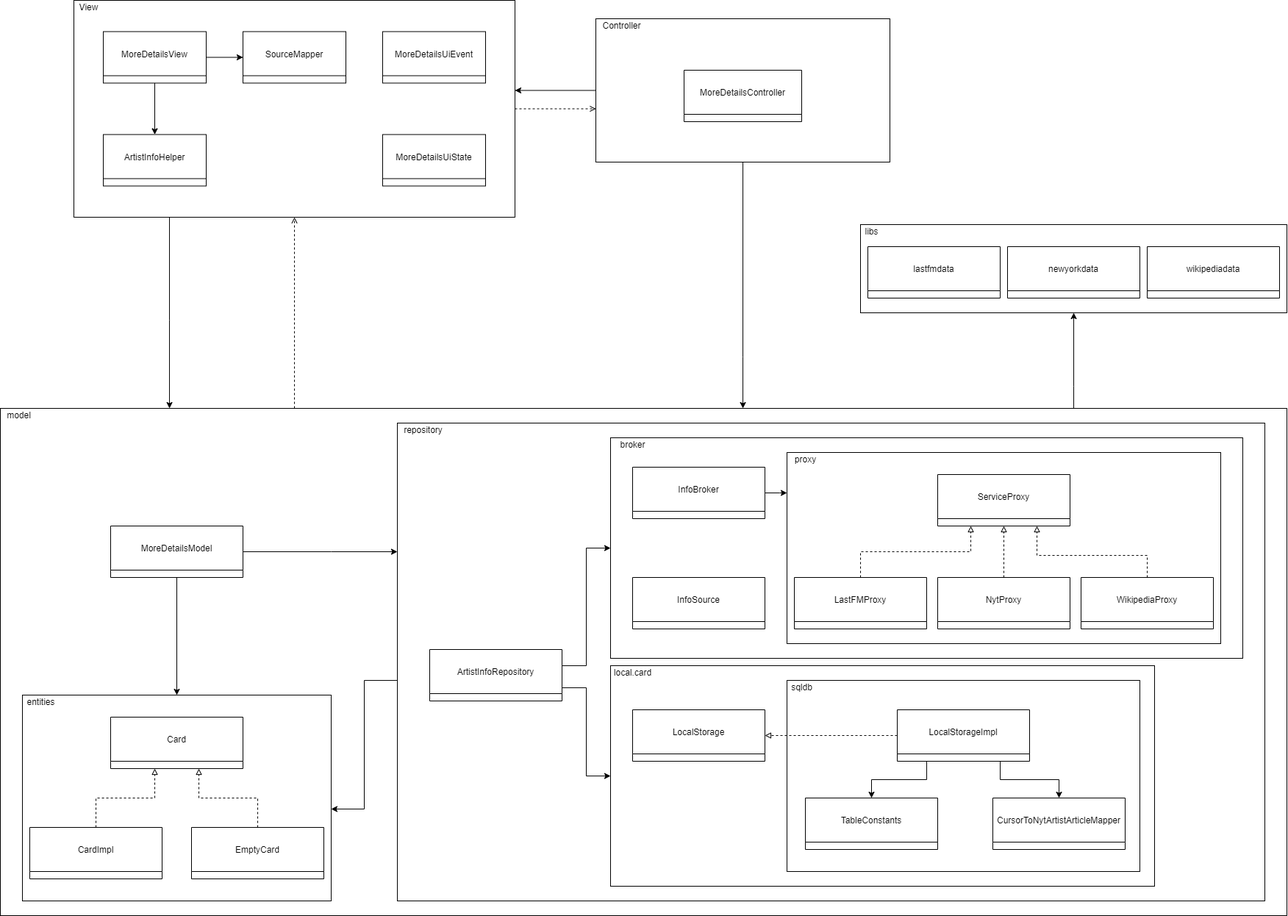
FerminAlvarez/Libreria-NY3-AyDS22 keeps this draw.io diagram as docs/moreDetails_classes_diagram.png. Above is the earlier version. Source tidied: cells renumbered, new cells last; positions are measured from the earlier drawing's top-left corner, leaving out a move shared by most shapes.
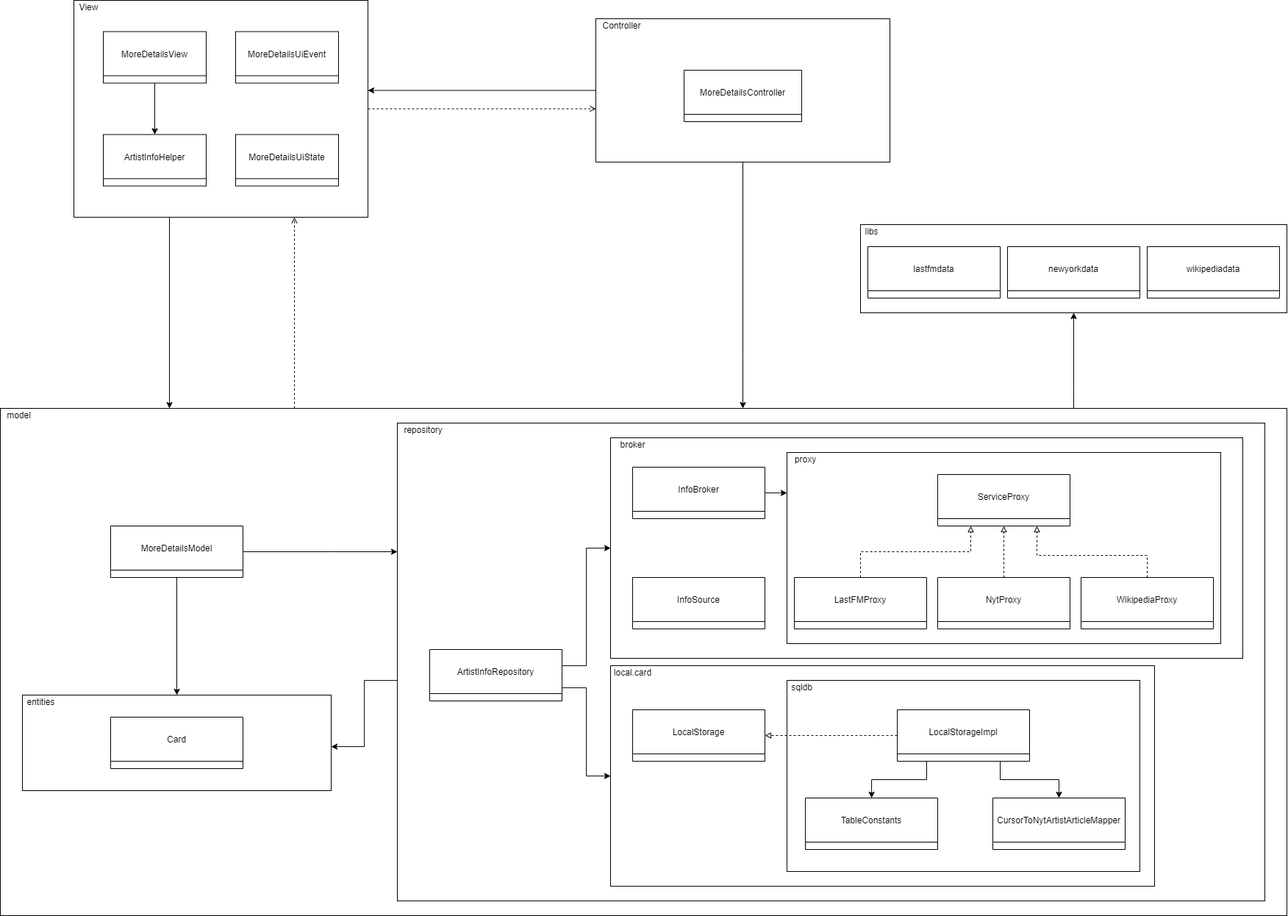
The same file after the commit.

Diff of the diagram source:
```diff
@@ -57,20 +57,17 @@
       </mxGeometry>
     </mxCell>
     <mxCell id="10" style="rounded=0;whiteSpace=wrap;html=1;" parent="1" vertex="1">
-      <mxGeometry x="100" width="600" height="295" as="geometry" />
+      <mxGeometry x="100" width="400" height="295" as="geometry" />
     </mxCell>
     <mxCell id="11" value="MoreDetailsUiEvent" style="swimlane;fontStyle=0;horizontal=1;startSize=60;" parent="1" vertex="1">
-      <mxGeometry x="520" y="42.5" width="140" height="70" as="geometry" />
+      <mxGeometry x="320" y="42.5" width="140" height="70" as="geometry" />
     </mxCell>
     <mxCell id="12" value="MoreDetailsUiState" style="swimlane;fontStyle=0;horizontal=1;startSize=60;" parent="1" vertex="1">
-      <mxGeometry x="520" y="182.5" width="140" height="70" as="geometry" />
+      <mxGeometry x="320" y="182.5" width="140" height="70" as="geometry" />
     </mxCell>
     <mxCell id="13" style="edgeStyle=orthogonalEdgeStyle;rounded=0;jettySize=auto;html=1;endArrow=classic;endFill=1;" parent="1" edge="1" source="15" target="16">
       <mxGeometry relative="1" as="geometry" />
     </mxCell>
-    <mxCell id="14" style="edgeStyle=orthogonalEdgeStyle;rounded=0;jettySize=auto;html=1;endArrow=classic;endFill=1;" parent="1" edge="1" source="15" target="61">
-      <mxGeometry relative="1" as="geometry" />
-    </mxCell>
     <mxCell id="15" value="MoreDetailsView" style="swimlane;fontStyle=0;horizontal=1;startSize=60;" parent="1" vertex="1">
       <mxGeometry x="140" y="42.5" width="140" height="70" as="geometry" />
     </mxCell>
@@ -93,7 +90,7 @@
       <mxGeometry relative="1" as="geometry">
         <Array as="points">
           <mxPoint x="495" y="925" />
-          <mxPoint x="495" y="1100" />
+          <mxPoint x="495" y="1015" />
         </Array>
       </mxGeometry>
     </mxCell>
@@ -137,7 +134,7 @@
       <mxGeometry x="584" y="883" width="180" height="70" as="geometry" />
     </mxCell>
     <mxCell id="30" style="rounded=0;whiteSpace=wrap;html=1;" parent="1" vertex="1">
-      <mxGeometry x="30" y="945" width="420" height="280" as="geometry" />
+      <mxGeometry x="30" y="945" width="420" height="130" as="geometry" />
     </mxCell>
     <mxCell id="31" value="entities" style="text;html=1;align=center;verticalAlign=middle;strokeColor=none;fillColor=none;" parent="1" vertex="1">
       <mxGeometry x="30" y="945" width="50" height="20" as="geometry" />
@@ -145,28 +142,6 @@
     <mxCell id="32" value="Card" style="swimlane;fontStyle=0;horizontal=1;startSize=60;" parent="1" vertex="1">
       <mxGeometry x="150" y="975" width="180" height="70" as="geometry" />
     </mxCell>
-    <mxCell id="33" style="edgeStyle=orthogonalEdgeStyle;rounded=0;jettySize=auto;html=1;endArrow=block;endFill=0;dashed=1;" parent="1" edge="1" source="34" target="32">
-      <mxGeometry relative="1" as="geometry">
-        <Array as="points">
-          <mxPoint x="350" y="1085" />
-          <mxPoint x="270" y="1085" />
-        </Array>
-      </mxGeometry>
-    </mxCell>
-    <mxCell id="34" value="EmptyCard" style="swimlane;fontStyle=0;horizontal=1;startSize=60;" parent="1" vertex="1">
-      <mxGeometry x="260" y="1125" width="180" height="70" as="geometry" />
-    </mxCell>
-    <mxCell id="35" style="edgeStyle=orthogonalEdgeStyle;rounded=0;jettySize=auto;html=1;endArrow=block;endFill=0;dashed=1;" parent="1" edge="1" source="36" target="32">
-      <mxGeometry relative="1" as="geometry">
-        <Array as="points">
-          <mxPoint x="130" y="1085" />
-          <mxPoint x="210" y="1085" />
-        </Array>
-      </mxGeometry>
-    </mxCell>
-    <mxCell id="36" value="CardImpl" style="swimlane;fontStyle=0;horizontal=1;startSize=60;" parent="1" vertex="1">
-      <mxGeometry x="40" y="1125" width="180" height="70" as="geometry" />
-    </mxCell>
     <mxCell id="37" style="rounded=0;whiteSpace=wrap;html=1;" parent="1" vertex="1">
       <mxGeometry x="830" y="595" width="860" height="300" as="geometry" />
     </mxCell>
@@ -264,9 +239,6 @@
     <mxCell id="60" value="WikipediaProxy" style="swimlane;fontStyle=0;horizontal=1;startSize=60;" parent="1" vertex="1">
       <mxGeometry x="1470" y="785" width="180" height="70" as="geometry" />
     </mxCell>
-    <mxCell id="61" value="SourceMapper" style="swimlane;fontStyle=0;horizontal=1;startSize=60;" parent="1" vertex="1">
-      <mxGeometry x="330" y="42.5" width="140" height="70" as="geometry" />
-    </mxCell>
     <mxCell id="62" value="InfoSource" style="swimlane;fontStyle=0;horizontal=1;startSize=60;" parent="1" vertex="1">
       <mxGeometry x="860" y="785" width="180" height="70" as="geometry" />
     </mxCell>
```
